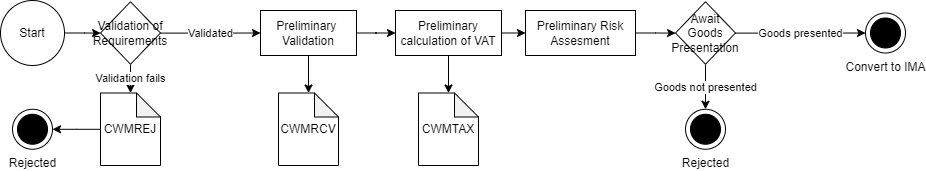
Above: Flows/imd.png in skat/dms-public (draw.io), before the change. Source tidied: cells renumbered, new cells last; positions are measured from the earlier drawing's top-left corner, leaving out a move shared by most shapes. Source of this version:
```xml
<mxGraphModel>
  <root>
    <mxCell id="0" />
    <mxCell id="1" parent="0" />
    <mxCell id="2" value="Rejected" style="shape=mxgraph.sysml.actFinal;html=1;verticalLabelPosition=bottom;labelBackgroundColor=#ffffff;verticalAlign=top;" parent="1" vertex="1">
      <mxGeometry x="12" y="108.8" width="40" height="40" as="geometry" />
    </mxCell>
    <mxCell id="3" style="edgeStyle=orthogonalEdgeStyle;rounded=0;jettySize=auto;html=1;" parent="1" edge="1" source="4" target="17">
      <mxGeometry relative="1" as="geometry" />
    </mxCell>
    <mxCell id="4" value="Preliminary calculation of VAT" style="whiteSpace=wrap;html=1;" parent="1" vertex="1">
      <mxGeometry x="395" y="10" width="106" height="45" as="geometry" />
    </mxCell>
    <mxCell id="5" style="edgeStyle=orthogonalEdgeStyle;rounded=0;jettySize=auto;html=1;" parent="1" edge="1" source="6" target="12">
      <mxGeometry relative="1" as="geometry" />
    </mxCell>
    <mxCell id="6" value="Start" style="ellipse;whiteSpace=wrap;html=1;" parent="1" vertex="1">
      <mxGeometry width="64" height="65" as="geometry" />
    </mxCell>
    <mxCell id="7" style="edgeStyle=orthogonalEdgeStyle;rounded=0;jettySize=auto;html=1;" parent="1" edge="1" source="9" target="4">
      <mxGeometry relative="1" as="geometry" />
    </mxCell>
    <mxCell id="8" style="edgeStyle=orthogonalEdgeStyle;rounded=0;jettySize=auto;html=1;" parent="1" edge="1" source="9" target="18">
      <mxGeometry relative="1" as="geometry" />
    </mxCell>
    <mxCell id="9" value="Preliminary&amp;nbsp;&lt;br&gt;Validation" style="whiteSpace=wrap;html=1;" parent="1" vertex="1">
      <mxGeometry x="260" y="10" width="96" height="45" as="geometry" />
    </mxCell>
    <mxCell id="10" value="Validated" style="edgeStyle=orthogonalEdgeStyle;rounded=0;jettySize=auto;html=1;" parent="1" edge="1" source="12" target="9">
      <mxGeometry relative="1" as="geometry" />
    </mxCell>
    <mxCell id="11" value="Validation fails" style="edgeStyle=orthogonalEdgeStyle;rounded=0;jettySize=auto;html=1;" parent="1" edge="1" source="12" target="20">
      <mxGeometry relative="1" as="geometry" />
    </mxCell>
    <mxCell id="12" value="Validation of Requirements" style="rhombus;whiteSpace=wrap;html=1;" parent="1" vertex="1">
      <mxGeometry x="100" y="1.2" width="60" height="62.5" as="geometry" />
    </mxCell>
    <mxCell id="13" style="edgeStyle=orthogonalEdgeStyle;rounded=0;jettySize=auto;html=1;" parent="1" edge="1" source="14" target="23">
      <mxGeometry relative="1" as="geometry" />
    </mxCell>
    <mxCell id="14" value="Preliminary Risk Assesment" style="whiteSpace=wrap;html=1;" parent="1" vertex="1">
      <mxGeometry x="525" y="10" width="110" height="45" as="geometry" />
    </mxCell>
    <mxCell id="15" style="endArrow=classic;html=1;rounded=0;exitX=1;exitY=0.5;exitDx=0;exitDy=0;entryX=0;entryY=0.5;entryDx=0;entryDy=0;" parent="1" edge="1" source="4" target="14">
      <mxGeometry relative="1" as="geometry" />
    </mxCell>
    <mxCell id="16" value="Convert to IMA" style="shape=mxgraph.sysml.actFinal;html=1;verticalLabelPosition=bottom;labelBackgroundColor=#ffffff;verticalAlign=top;" parent="1" vertex="1">
      <mxGeometry x="865" y="12.5" width="40" height="40" as="geometry" />
    </mxCell>
    <mxCell id="17" value="CWMTAX" style="shape=note;whiteSpace=wrap;html=1;backgroundOutline=1;darkOpacity=0.05;size=24;" parent="1" vertex="1">
      <mxGeometry x="418" y="92.5" width="60" height="72.5" as="geometry" />
    </mxCell>
    <mxCell id="18" value="CWMRCV" style="shape=note;whiteSpace=wrap;html=1;backgroundOutline=1;darkOpacity=0.05;size=24;" parent="1" vertex="1">
      <mxGeometry x="278" y="92.5" width="60" height="72.5" as="geometry" />
    </mxCell>
    <mxCell id="19" style="edgeStyle=orthogonalEdgeStyle;rounded=0;jettySize=auto;html=1;" parent="1" edge="1" source="20" target="2">
      <mxGeometry relative="1" as="geometry" />
    </mxCell>
    <mxCell id="20" value="CWMREJ" style="shape=note;whiteSpace=wrap;html=1;backgroundOutline=1;darkOpacity=0.05;size=24;" parent="1" vertex="1">
      <mxGeometry x="100" y="92.5" width="60" height="72.5" as="geometry" />
    </mxCell>
    <mxCell id="21" value="Goods not presented" style="edgeStyle=orthogonalEdgeStyle;rounded=0;jettySize=auto;html=1;" parent="1" edge="1" source="23" target="24">
      <mxGeometry relative="1" as="geometry" />
    </mxCell>
    <mxCell id="22" value="Goods presented" style="edgeStyle=orthogonalEdgeStyle;rounded=0;jettySize=auto;html=1;" parent="1" edge="1" source="23">
      <mxGeometry relative="1" as="geometry">
        <mxPoint x="865" y="32.5" as="targetPoint" />
      </mxGeometry>
    </mxCell>
    <mxCell id="23" value="Await Goods Presentation" style="rhombus;whiteSpace=wrap;html=1;" parent="1" vertex="1">
      <mxGeometry x="675" y="1.2" width="60" height="62.5" as="geometry" />
    </mxCell>
    <mxCell id="24" value="Rejected" style="shape=mxgraph.sysml.actFinal;html=1;verticalLabelPosition=bottom;labelBackgroundColor=#ffffff;verticalAlign=top;" parent="1" vertex="1">
      <mxGeometry x="685" y="108.8" width="40" height="40" as="geometry" />
    </mxCell>
  </root>
</mxGraphModel>
```
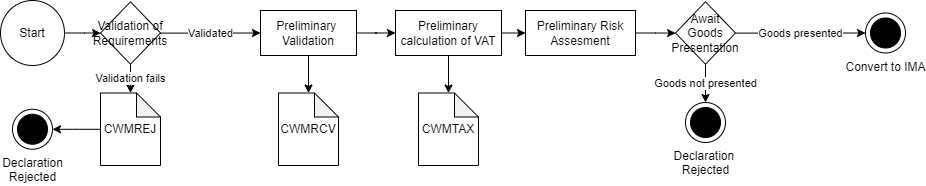
After the change.

The edit, as a diff of the source:
```diff
@@ -2,7 +2,7 @@
   <root>
     <mxCell id="0" />
     <mxCell id="1" parent="0" />
-    <mxCell id="2" value="Rejected" style="shape=mxgraph.sysml.actFinal;html=1;verticalLabelPosition=bottom;labelBackgroundColor=#ffffff;verticalAlign=top;" parent="1" vertex="1">
+    <mxCell id="2" value="Declaration&lt;br&gt;Rejected" style="shape=mxgraph.sysml.actFinal;html=1;verticalLabelPosition=bottom;labelBackgroundColor=#ffffff;verticalAlign=top;" parent="1" vertex="1">
       <mxGeometry x="12" y="108.8" width="40" height="40" as="geometry" />
     </mxCell>
     <mxCell id="3" style="edgeStyle=orthogonalEdgeStyle;rounded=0;jettySize=auto;html=1;" parent="1" edge="1" source="4" target="17">
@@ -70,8 +70,8 @@
     <mxCell id="23" value="Await Goods Presentation" style="rhombus;whiteSpace=wrap;html=1;" parent="1" vertex="1">
       <mxGeometry x="675" y="1.2" width="60" height="62.5" as="geometry" />
     </mxCell>
-    <mxCell id="24" value="Rejected" style="shape=mxgraph.sysml.actFinal;html=1;verticalLabelPosition=bottom;labelBackgroundColor=#ffffff;verticalAlign=top;" parent="1" vertex="1">
-      <mxGeometry x="685" y="108.8" width="40" height="40" as="geometry" />
+    <mxCell id="24" value="Declaration &lt;br&gt;Rejected" style="shape=mxgraph.sysml.actFinal;html=1;verticalLabelPosition=bottom;labelBackgroundColor=#ffffff;verticalAlign=top;" parent="1" vertex="1">
+      <mxGeometry x="685" y="102" width="40" height="40" as="geometry" />
     </mxCell>
   </root>
 </mxGraphModel>
```
